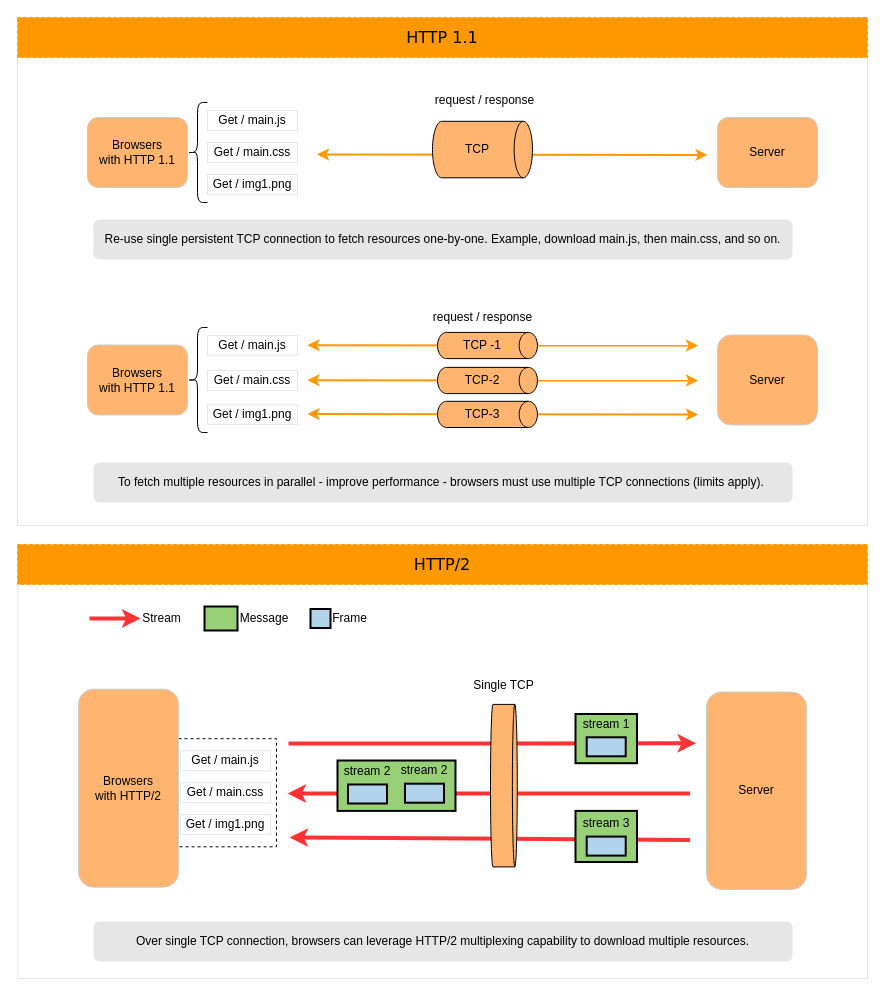
shahzadhuq/jit-learning-gRPC-with-dotnet keeps this draw.io diagram as page "http1.1-and-http2" (1 of 3) of diagrams/gRPC-concepts.drawio. Above is the earlier version. Source tidied: cells renumbered, new cells numbered last; positions are measured from the earlier drawing's top-left corner, leaving out a move shared by most shapes. Both pictures are drawn from the tidied source at 100%, with x=0, y=0 at pixel (17, 17).
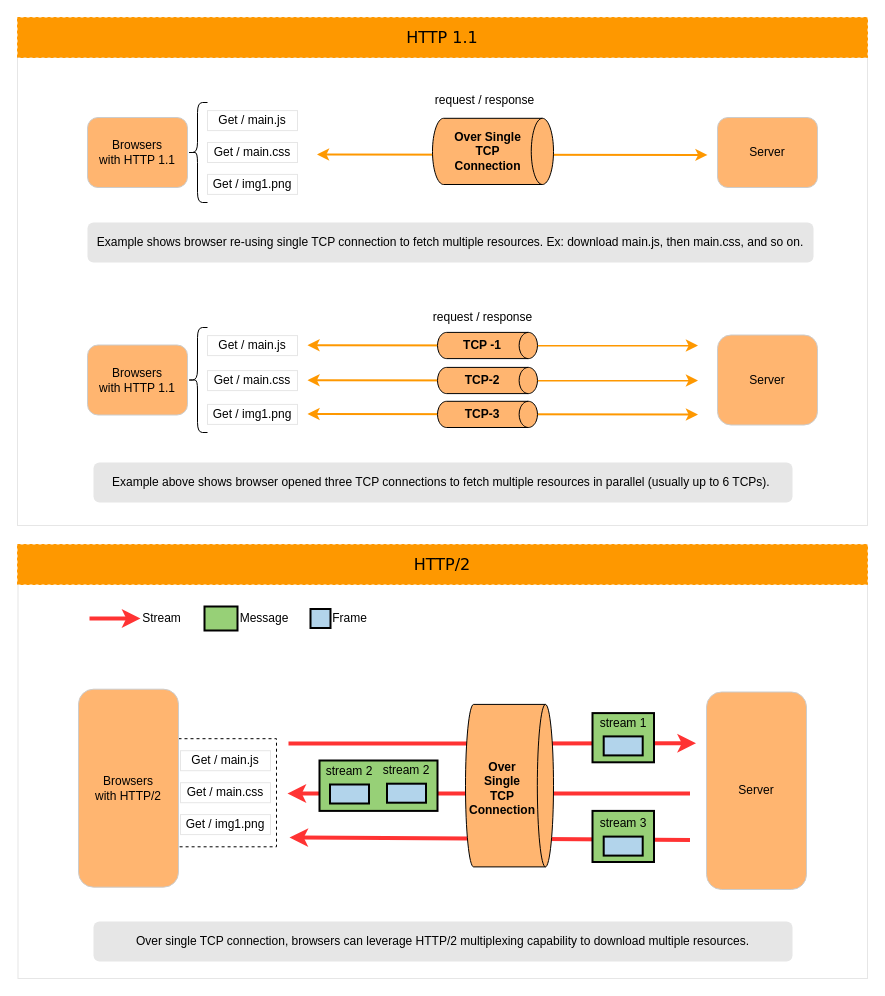
After the change.

Unchanged cells that the change refers to:
```xml
<mxCell id="26" style="group;fillColor=#FFFFFF;" parent="1" vertex="1">
  <mxGeometry x="420" y="314.9" width="100" height="26.2" as="geometry" />
</mxCell>
```

Change to the diagram source:
```diff
@@
     <mxCell id="6" style="strokeWidth=1;html=1;shape=mxgraph.flowchart.direct_data;whiteSpace=wrap;rounded=1;shadow=0;fillColor=#FFB570;" parent="1" vertex="1">
-      <mxGeometry x="415" y="103.8" width="100" height="56.5" as="geometry" />
+      <mxGeometry x="415" y="100.8" width="121" height="66.2" as="geometry" />
     </mxCell>
@@
-    <mxCell id="14" value="TCP" style="text;html=1;strokeColor=none;fillColor=none;align=center;verticalAlign=middle;whiteSpace=wrap;rounded=0;shadow=0;dashed=1;" parent="1" vertex="1">
-      <mxGeometry x="440" y="122" width="40" height="20" as="geometry" />
+    <mxCell id="14" value="Over Single TCP&lt;br&gt;Connection" style="text;html=1;strokeColor=none;fillColor=none;align=center;verticalAlign=middle;whiteSpace=wrap;rounded=0;shadow=0;dashed=1;fontStyle=1;" parent="1" vertex="1">
+      <mxGeometry x="428.5" y="98.9" width="83" height="70" as="geometry" />
     </mxCell>
@@
-    <mxCell id="28" value="TCP -1" style="text;html=1;strokeColor=none;fillColor=none;align=center;verticalAlign=middle;whiteSpace=wrap;rounded=0;shadow=0;dashed=1;" parent="26" vertex="1">
+    <mxCell id="28" value="TCP -1" style="text;html=1;strokeColor=none;fillColor=none;align=center;verticalAlign=middle;whiteSpace=wrap;rounded=0;shadow=0;dashed=1;fontStyle=1;" parent="26" vertex="1">
       <mxGeometry x="25" y="6.6" width="40" height="13.1" as="geometry" />
     </mxCell>
@@
-    <mxCell id="31" style="group;fillColor=#FFFFFF;" parent="1" vertex="1">
+    <mxCell id="31" style="group;fillColor=#FFFFFF;fontStyle=1;" parent="1" vertex="1">
       <mxGeometry x="420" y="349.9" width="100" height="26.2" as="geometry" />
     </mxCell>
@@
-    <mxCell id="33" value="TCP-2" style="text;html=1;strokeColor=none;fillColor=none;align=center;verticalAlign=middle;whiteSpace=wrap;rounded=0;shadow=0;dashed=1;" parent="31" vertex="1">
+    <mxCell id="33" value="TCP-2" style="text;html=1;strokeColor=none;fillColor=none;align=center;verticalAlign=middle;whiteSpace=wrap;rounded=0;shadow=0;dashed=1;fontStyle=1;" parent="31" vertex="1">
       <mxGeometry x="25" y="6.6" width="40" height="13.1" as="geometry" />
     </mxCell>
@@
-    <mxCell id="36" style="group;fillColor=#FFFFFF;" parent="1" vertex="1">
+    <mxCell id="36" style="group;fillColor=#FFFFFF;fontStyle=1;" parent="1" vertex="1">
       <mxGeometry x="420" y="383.8" width="100" height="26.2" as="geometry" />
     </mxCell>
@@
-    <mxCell id="38" value="TCP-3" style="text;html=1;strokeColor=none;fillColor=none;align=center;verticalAlign=middle;whiteSpace=wrap;rounded=0;shadow=0;dashed=1;" parent="36" vertex="1">
+    <mxCell id="38" value="TCP-3" style="text;html=1;strokeColor=none;fillColor=none;align=center;verticalAlign=middle;whiteSpace=wrap;rounded=0;shadow=0;dashed=1;fontStyle=1;" parent="36" vertex="1">
       <mxGeometry x="25" y="6.6" width="40" height="13.1" as="geometry" />
     </mxCell>
@@
-    <mxCell id="40" value="Re-use single persistent TCP connection to fetch resources one-by-one. Example, download main.js, then main.css, and so on." style="rounded=1;whiteSpace=wrap;html=1;strokeColor=none;fillColor=#E6E6E6;" parent="1" vertex="1">
-      <mxGeometry x="76" y="202" width="699" height="40" as="geometry" />
+    <mxCell id="40" value="Example shows browser re-using single TCP connection to fetch multiple resources. Ex: download main.js, then main.css, and so on." style="rounded=1;whiteSpace=wrap;html=1;strokeColor=none;fillColor=#E6E6E6;" parent="1" vertex="1">
+      <mxGeometry x="70" y="205" width="726" height="40" as="geometry" />
     </mxCell>
-    <mxCell id="41" value="To fetch multiple resources in parallel - improve performance - browsers must use multiple TCP connections (limits apply).&amp;nbsp;" style="rounded=1;whiteSpace=wrap;html=1;strokeColor=none;fillColor=#E6E6E6;" parent="1" vertex="1">
+    <mxCell id="41" value="Example above shows browser opened three TCP connections to fetch multiple resources in parallel (usually up to 6 TCPs).&amp;nbsp;" style="rounded=1;whiteSpace=wrap;html=1;strokeColor=none;fillColor=#E6E6E6;" parent="1" vertex="1">
       <mxGeometry x="76" y="445" width="699" height="40" as="geometry" />
     </mxCell>
@@
-    <mxCell id="56" value="Single TCP" style="text;html=1;strokeColor=none;fillColor=none;align=center;verticalAlign=middle;whiteSpace=wrap;rounded=0;shadow=0;dashed=1;" parent="1" vertex="1">
-      <mxGeometry x="449.9" y="658" width="73" height="20" as="geometry" />
-    </mxCell>
@@
-    <mxCell id="59" style="strokeWidth=1;html=1;shape=mxgraph.flowchart.direct_data;whiteSpace=wrap;rounded=1;shadow=0;fillColor=#FFB570;" parent="1" vertex="1">
-      <mxGeometry x="473" y="686.9" width="26.8" height="162.5" as="geometry" />
+    <mxCell id="59" value="&lt;span style=&quot;&quot;&gt;&lt;br&gt;&lt;/span&gt;" style="strokeWidth=1;html=1;shape=mxgraph.flowchart.direct_data;whiteSpace=wrap;rounded=1;shadow=0;fillColor=#FFB570;" parent="1" vertex="1">
+      <mxGeometry x="448" y="686.9" width="88" height="162.5" as="geometry" />
     </mxCell>
     <mxCell id="60" style="rounded=0;whiteSpace=wrap;html=1;shadow=0;strokeColor=default;fillColor=#97D077;strokeWidth=2;" parent="1" vertex="1">
-      <mxGeometry x="558" y="696.5" width="61.5" height="49.2" as="geometry" />
+      <mxGeometry x="575" y="695.6" width="61.5" height="49.2" as="geometry" />
     </mxCell>
     <mxCell id="61" style="rounded=0;whiteSpace=wrap;html=1;shadow=0;strokeColor=default;strokeWidth=2;fillColor=#B2D4EB;" parent="1" vertex="1">
-      <mxGeometry x="569.2" y="719.8" width="39" height="19" as="geometry" />
+      <mxGeometry x="586.2" y="718.9" width="39" height="19" as="geometry" />
     </mxCell>
     <mxCell id="62" value="stream 1" style="text;html=1;strokeColor=none;fillColor=none;align=center;verticalAlign=middle;whiteSpace=wrap;rounded=0;shadow=0;" parent="1" vertex="1">
-      <mxGeometry x="561.8" y="696.1" width="54" height="21" as="geometry" />
+      <mxGeometry x="578.8" y="695.3" width="54" height="21" as="geometry" />
     </mxCell>
     <mxCell id="63" style="rounded=0;whiteSpace=wrap;html=1;shadow=0;strokeColor=default;fillColor=#97D077;strokeWidth=2;" parent="1" vertex="1">
-      <mxGeometry x="320" y="743" width="118" height="50.4" as="geometry" />
+      <mxGeometry x="302" y="743" width="118" height="50.4" as="geometry" />
     </mxCell>
     <mxCell id="64" style="rounded=0;whiteSpace=wrap;html=1;shadow=0;strokeColor=default;strokeWidth=2;fillColor=#B2D4EB;" parent="1" vertex="1">
-      <mxGeometry x="330.5" y="767" width="39" height="19" as="geometry" />
+      <mxGeometry x="312.5" y="767" width="39" height="19" as="geometry" />
     </mxCell>
     <mxCell id="65" value="stream 2" style="text;html=1;strokeColor=none;fillColor=none;align=center;verticalAlign=middle;whiteSpace=wrap;rounded=0;shadow=0;" parent="1" vertex="1">
-      <mxGeometry x="323" y="745.7" width="54" height="16.4" as="geometry" />
+      <mxGeometry x="305" y="745.7" width="54" height="16.4" as="geometry" />
     </mxCell>
     <mxCell id="66" style="rounded=0;whiteSpace=wrap;html=1;shadow=0;strokeColor=default;strokeWidth=2;fillColor=#B2D4EB;" parent="1" vertex="1">
-      <mxGeometry x="387.5" y="766.2" width="39" height="19" as="geometry" />
+      <mxGeometry x="369.5" y="766.2" width="39" height="19" as="geometry" />
     </mxCell>
     <mxCell id="67" value="stream 2" style="text;html=1;strokeColor=none;fillColor=none;align=center;verticalAlign=middle;whiteSpace=wrap;rounded=0;shadow=0;" parent="1" vertex="1">
-      <mxGeometry x="380" y="744.8" width="54" height="17.3" as="geometry" />
+      <mxGeometry x="362" y="744.8" width="54" height="17.3" as="geometry" />
     </mxCell>
     <mxCell id="68" style="rounded=0;whiteSpace=wrap;html=1;shadow=0;strokeColor=default;fillColor=#97D077;strokeWidth=2;" parent="1" vertex="1">
-      <mxGeometry x="558" y="793.4" width="61.5" height="51.1" as="geometry" />
+      <mxGeometry x="575" y="793.4" width="61.5" height="51.1" as="geometry" />
     </mxCell>
     <mxCell id="69" style="rounded=0;whiteSpace=wrap;html=1;shadow=0;strokeColor=default;strokeWidth=2;fillColor=#B2D4EB;" parent="1" vertex="1">
-      <mxGeometry x="569.2" y="819.1" width="39" height="19" as="geometry" />
+      <mxGeometry x="586.2" y="819.1" width="39" height="19" as="geometry" />
     </mxCell>
     <mxCell id="70" value="stream 3" style="text;html=1;strokeColor=none;fillColor=none;align=center;verticalAlign=middle;whiteSpace=wrap;rounded=0;shadow=0;" parent="1" vertex="1">
-      <mxGeometry x="561.8" y="795.4" width="54" height="21" as="geometry" />
+      <mxGeometry x="578.8" y="795.4" width="54" height="21" as="geometry" />
     </mxCell>
+    <mxCell id="71" value="Over&lt;br&gt;Single&lt;br&gt;TCP&lt;br&gt;Connection" style="text;html=1;strokeColor=none;fillColor=none;align=center;verticalAlign=middle;whiteSpace=wrap;rounded=0;fontStyle=1;" parent="1" vertex="1">
+      <mxGeometry x="455" y="727.3" width="60" height="86.7" as="geometry" />
+    </mxCell>
```
